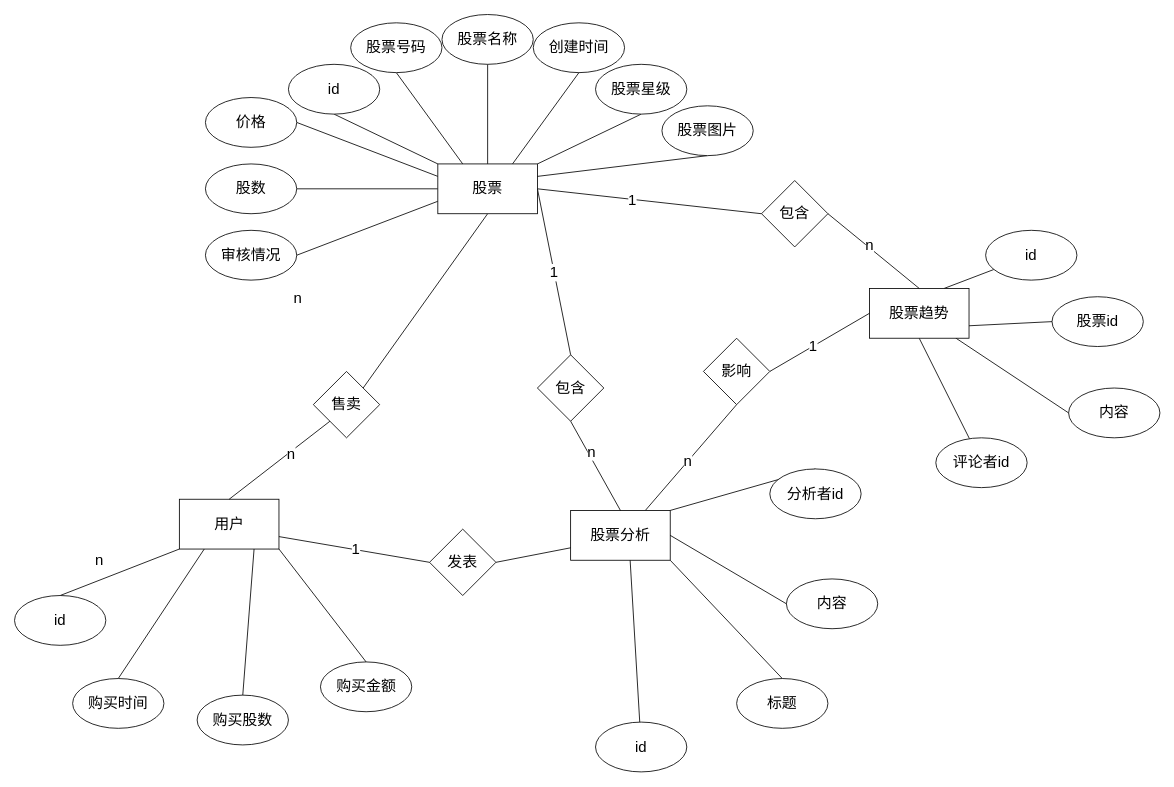
This is 金融/股票管理er.drawio from eamonyuuzen/diagrams, a draw.io file, before an edit. Source tidied: cells renumbered, new cells numbered last; positions are measured from the earlier drawing's top-left corner, leaving out a move shared by most shapes. Both pictures are drawn from the tidied source at 83%, with x=0, y=0 at pixel (14, 14).
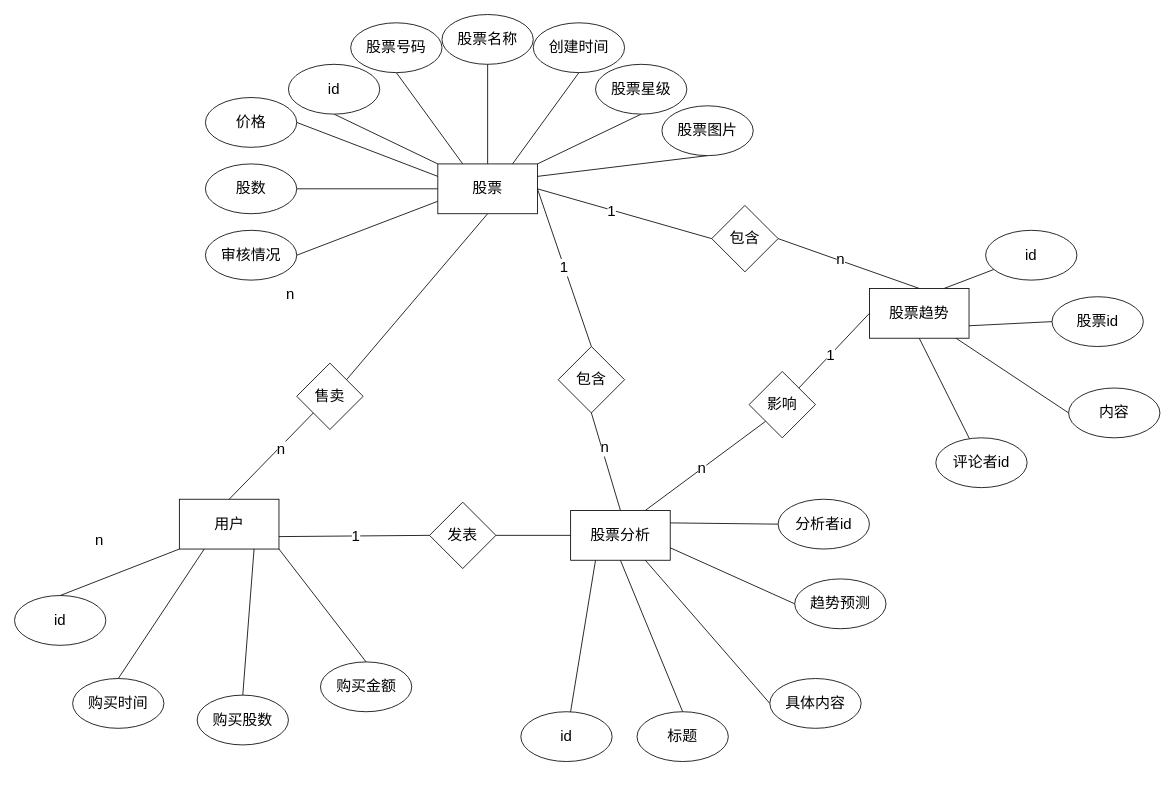
After the change.

Commit message (it also covers changes not shown here):
更新股票管理er.drawio

Unchanged cells that the change refers to:
```xml
<mxCell id="13" value="股票分析" style="rounded=0;whiteSpace=wrap;html=1;fontStyle=0;fontSize=18;" parent="1" vertex="1">
  <mxGeometry x="670" y="597.5" width="120" height="60" as="geometry" />
</mxCell>
<mxCell id="58" value="股票趋势" style="rounded=0;whiteSpace=wrap;html=1;fontStyle=0;fontSize=18;" parent="1" vertex="1">
  <mxGeometry x="1030" y="330" width="120" height="60" as="geometry" />
</mxCell>
```

What changed in the source:
```diff
@@
-    <mxCell id="8" style="rounded=0;jettySize=auto;html=1;exitX=0.596;exitY=0.952;exitDx=0;exitDy=0;endArrow=none;endFill=0;exitPerimeter=0;fontSize=18;" parent="1" edge="1" source="13" target="28">
+    <mxCell id="8" style="rounded=0;jettySize=auto;html=1;exitX=0.25;exitY=1;exitDx=0;exitDy=0;endArrow=none;endFill=0;fontSize=18;" parent="1" edge="1" source="13" target="28">
       <mxGeometry relative="1" as="geometry" />
     </mxCell>
-    <mxCell id="9" style="rounded=0;jettySize=auto;html=1;exitX=1;exitY=1;exitDx=0;exitDy=0;entryX=0.5;entryY=0;entryDx=0;entryDy=0;endArrow=none;endFill=0;fontSize=18;" parent="1" edge="1" source="13" target="25">
+    <mxCell id="9" style="rounded=0;jettySize=auto;html=1;exitX=0.5;exitY=1;exitDx=0;exitDy=0;entryX=0.5;entryY=0;entryDx=0;entryDy=0;endArrow=none;endFill=0;fontSize=18;" parent="1" edge="1" source="13" target="25">
       <mxGeometry relative="1" as="geometry" />
     </mxCell>
-    <mxCell id="10" style="rounded=0;jettySize=auto;html=1;exitX=1;exitY=0;exitDx=0;exitDy=0;entryX=0.5;entryY=0;entryDx=0;entryDy=0;endArrow=none;endFill=0;fontSize=18;" parent="1" edge="1" source="13" target="29">
+    <mxCell id="10" style="rounded=0;jettySize=auto;html=1;exitX=1;exitY=0.25;exitDx=0;exitDy=0;entryX=0;entryY=0.5;entryDx=0;entryDy=0;endArrow=none;endFill=0;fontSize=18;" parent="1" edge="1" source="13" target="29">
       <mxGeometry relative="1" as="geometry" />
     </mxCell>
-    <mxCell id="11" style="rounded=0;jettySize=auto;html=1;exitX=0.75;exitY=0;exitDx=0;exitDy=0;entryX=0.5;entryY=1;entryDx=0;entryDy=0;fontSize=18;endArrow=none;endFill=0;" parent="1" edge="1" source="13" target="72">
+    <mxCell id="11" style="rounded=0;jettySize=auto;html=1;exitX=0.75;exitY=0;exitDx=0;exitDy=0;entryX=0;entryY=1;entryDx=0;entryDy=0;fontSize=18;endArrow=none;endFill=0;" parent="1" edge="1" source="13" target="72">
       <mxGeometry relative="1" as="geometry" />
     </mxCell>
@@
     <mxCell id="20" value="售卖" style="rhombus;whiteSpace=wrap;html=1;fontSize=18;" parent="1" vertex="1">
-      <mxGeometry x="360" y="430" width="80" height="80" as="geometry" />
+      <mxGeometry x="340" y="420" width="80" height="80" as="geometry" />
     </mxCell>
     <mxCell id="21" value="包含" style="rhombus;whiteSpace=wrap;html=1;fontSize=18;" parent="1" vertex="1">
-      <mxGeometry x="900" y="200" width="80" height="80" as="geometry" />
+      <mxGeometry x="840" y="230" width="80" height="80" as="geometry" />
     </mxCell>
@@
     <mxCell id="24" value="包含" style="rhombus;whiteSpace=wrap;html=1;fontSize=18;" parent="1" vertex="1">
-      <mxGeometry x="630" y="410" width="80" height="80" as="geometry" />
+      <mxGeometry x="655" y="400" width="80" height="80" as="geometry" />
     </mxCell>
     <mxCell id="25" value="标题" style="ellipse;whiteSpace=wrap;html=1;fontStyle=0;fontSize=18;" parent="1" vertex="1">
-      <mxGeometry x="870" y="800" width="110" height="60" as="geometry" />
+      <mxGeometry x="750" y="840" width="110" height="60" as="geometry" />
     </mxCell>
@@
     <mxCell id="28" value="id" style="ellipse;whiteSpace=wrap;html=1;fontStyle=0;fontSize=18;" parent="1" vertex="1">
-      <mxGeometry x="700" y="852.5" width="110" height="60" as="geometry" />
+      <mxGeometry x="610" y="840" width="110" height="60" as="geometry" />
     </mxCell>
     <mxCell id="29" value="分析者id" style="ellipse;whiteSpace=wrap;html=1;fontStyle=0;fontSize=18;" parent="1" vertex="1">
-      <mxGeometry x="910" y="547.5" width="110" height="60" as="geometry" />
+      <mxGeometry x="920" y="584" width="110" height="60" as="geometry" />
     </mxCell>
@@
-    <mxCell id="33" style="rounded=0;jettySize=auto;html=1;exitX=1;exitY=0.5;exitDx=0;exitDy=0;entryX=0;entryY=0.5;entryDx=0;entryDy=0;endArrow=none;endFill=0;fontSize=18;" parent="1" edge="1" source="13" target="34">
+    <mxCell id="33" style="rounded=0;jettySize=auto;html=1;exitX=0.75;exitY=1;exitDx=0;exitDy=0;entryX=0;entryY=0.5;entryDx=0;entryDy=0;endArrow=none;endFill=0;fontSize=18;" parent="1" edge="1" source="13" target="34">
       <mxGeometry relative="1" as="geometry" />
     </mxCell>
-    <mxCell id="34" value="内容" style="ellipse;whiteSpace=wrap;html=1;fontStyle=0;fontSize=18;" parent="1" vertex="1">
-      <mxGeometry x="930" y="680" width="110" height="60" as="geometry" />
+    <mxCell id="34" value="具体内容" style="ellipse;whiteSpace=wrap;html=1;fontStyle=0;fontSize=18;" parent="1" vertex="1">
+      <mxGeometry x="910" y="800" width="110" height="60" as="geometry" />
     </mxCell>
@@
-    <mxCell id="65" style="rounded=0;jettySize=auto;html=1;exitX=1;exitY=0.5;exitDx=0;exitDy=0;entryX=0;entryY=0.75;entryDx=0;entryDy=0;fontSize=18;endArrow=none;endFill=0;" parent="1" edge="1" source="67" target="13">
+    <mxCell id="65" style="rounded=0;jettySize=auto;html=1;exitX=1;exitY=0.5;exitDx=0;exitDy=0;entryX=0;entryY=0.5;entryDx=0;entryDy=0;fontSize=18;endArrow=none;endFill=0;" parent="1" edge="1" source="67" target="13">
       <mxGeometry relative="1" as="geometry" />
     </mxCell>
@@
     <mxCell id="67" value="发表" style="rhombus;whiteSpace=wrap;html=1;fontSize=18;" parent="1" vertex="1">
-      <mxGeometry x="500" y="620" width="80" height="80" as="geometry" />
+      <mxGeometry x="500" y="587.5" width="80" height="80" as="geometry" />
     </mxCell>
@@
-    <mxCell id="70" style="rounded=0;jettySize=auto;html=1;exitX=1;exitY=0.5;exitDx=0;exitDy=0;entryX=0;entryY=0.5;entryDx=0;entryDy=0;fontSize=18;endArrow=none;endFill=0;" parent="1" edge="1" source="72" target="58">
+    <mxCell id="70" style="rounded=0;jettySize=auto;html=1;exitX=1;exitY=0;exitDx=0;exitDy=0;entryX=0;entryY=0.5;entryDx=0;entryDy=0;fontSize=18;endArrow=none;endFill=0;" parent="1" edge="1" source="72" target="58">
       <mxGeometry relative="1" as="geometry" />
     </mxCell>
@@
     <mxCell id="72" value="影响" style="rhombus;whiteSpace=wrap;html=1;fontSize=18;" parent="1" vertex="1">
-      <mxGeometry x="830" y="390" width="80" height="80" as="geometry" />
+      <mxGeometry x="885" y="430" width="80" height="80" as="geometry" />
     </mxCell>
+    <mxCell id="73" style="rounded=0;jettySize=auto;html=1;exitX=1;exitY=0.75;exitDx=0;exitDy=0;entryX=0;entryY=0.5;entryDx=0;entryDy=0;endArrow=none;endFill=0;fontSize=18;" parent="1" edge="1" source="13" target="74">
+      <mxGeometry relative="1" as="geometry" />
+    </mxCell>
+    <mxCell id="74" value="趋势预测" style="ellipse;whiteSpace=wrap;html=1;fontStyle=0;fontSize=18;" parent="1" vertex="1">
+      <mxGeometry x="940" y="680" width="110" height="60" as="geometry" />
+    </mxCell>
```
